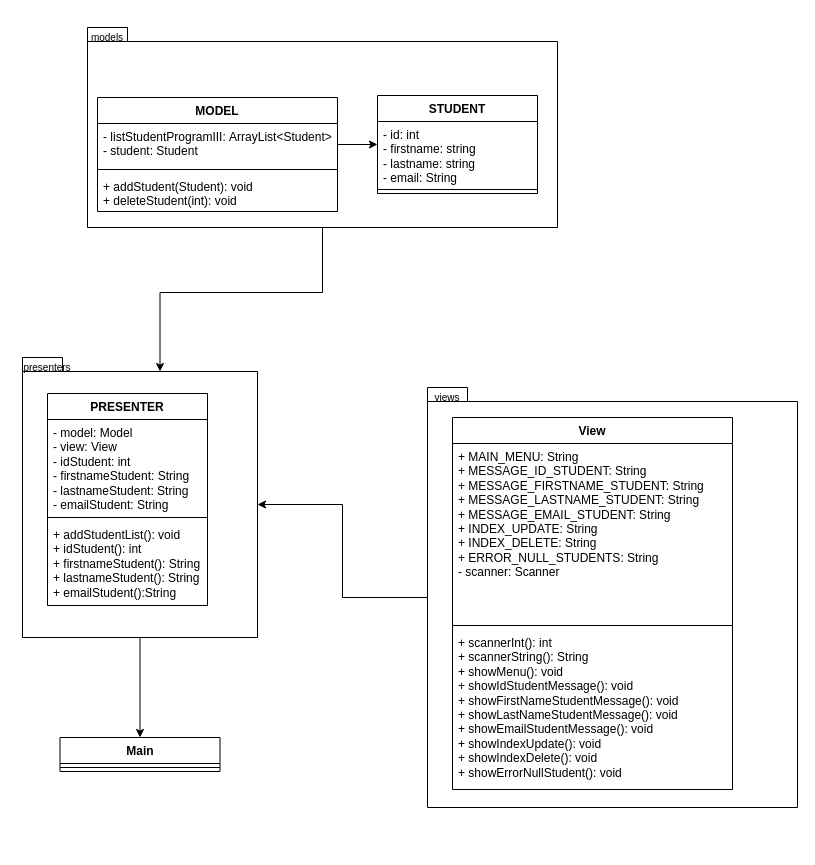
Earlier version of the draw.io diagram UML/UML.drawio (EstebanBarrero/ListStudents). Source tidied: cells renumbered, new cells numbered last; positions are measured from the earlier drawing's top-left corner, leaving out a move shared by most shapes. Both pictures are drawn from the tidied source at 100%, with x=0, y=0 at pixel (17, 17).
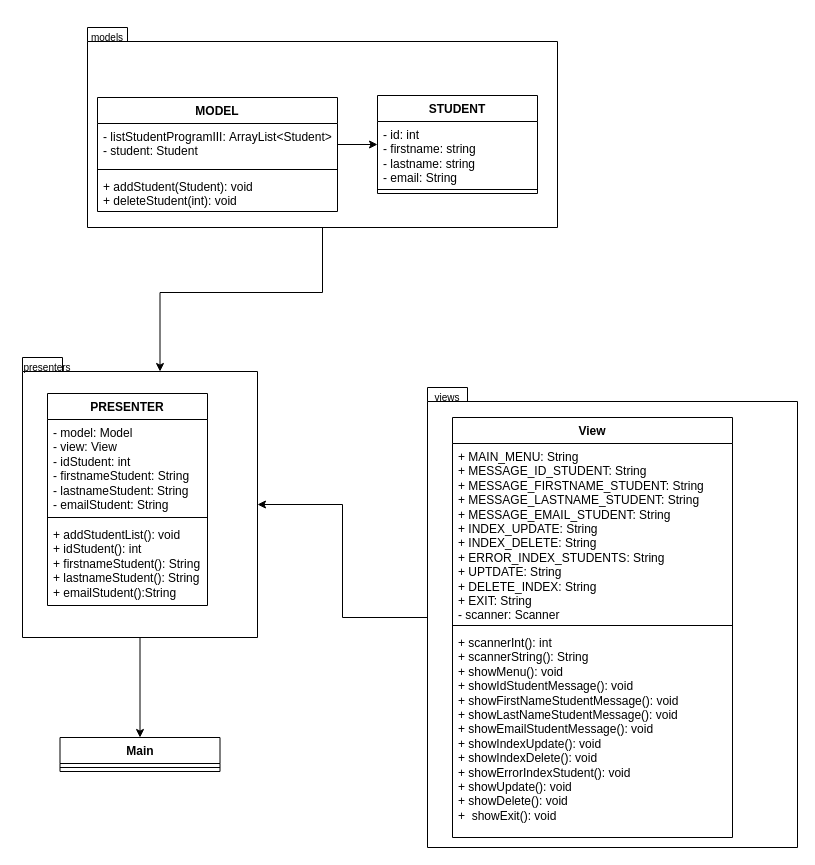
The same diagram, later.

Commit message (it also covers changes not shown here):
Uml correction and add methods

The edit, as a diff of the source:
```diff
@@
     <mxCell id="20" style="shape=folder;fontStyle=1;spacingTop=10;tabWidth=40;tabHeight=14;tabPosition=left;html=1;whiteSpace=wrap;" parent="1" vertex="1">
-      <mxGeometry x="410" y="370" width="370" height="420" as="geometry" />
+      <mxGeometry x="410" y="370" width="370" height="460" as="geometry" />
     </mxCell>
     <mxCell id="21" value="View" style="swimlane;fontStyle=1;align=center;verticalAlign=top;horizontal=1;startSize=26;whiteSpace=wrap;html=1;" parent="1" vertex="1">
-      <mxGeometry x="435" y="400" width="280" height="372" as="geometry" />
+      <mxGeometry x="435" y="400" width="280" height="420" as="geometry" />
     </mxCell>
-    <mxCell id="22" value="+ MAIN_MENU: String&lt;br&gt;+&amp;nbsp;MESSAGE_ID_STUDENT: String&lt;br&gt;+&amp;nbsp;MESSAGE_FIRSTNAME_STUDENT: String&lt;br&gt;+&amp;nbsp;MESSAGE_LASTNAME_STUDENT: String&lt;br&gt;+ MESSAGE_EMAIL_STUDENT: String&lt;br&gt;+&amp;nbsp;INDEX_UPDATE: String&lt;br&gt;+&amp;nbsp;INDEX_DELETE: String&lt;br&gt;+ ERROR_NULL_STUDENTS: String&lt;br&gt;- scanner: Scanner" style="text;strokeColor=none;fillColor=none;align=left;verticalAlign=top;spacingLeft=4;spacingRight=4;overflow=hidden;whiteSpace=wrap;html=1;" parent="21" vertex="1">
+    <mxCell id="22" value="+ MAIN_MENU: String&lt;br&gt;+&amp;nbsp;MESSAGE_ID_STUDENT: String&lt;br&gt;+&amp;nbsp;MESSAGE_FIRSTNAME_STUDENT: String&lt;br&gt;+&amp;nbsp;MESSAGE_LASTNAME_STUDENT: String&lt;br&gt;+ MESSAGE_EMAIL_STUDENT: String&lt;br&gt;+&amp;nbsp;INDEX_UPDATE: String&lt;br&gt;+&amp;nbsp;INDEX_DELETE: String&lt;br&gt;+&amp;nbsp;ERROR_INDEX_STUDENTS&lt;span style=&quot;background-color: initial;&quot;&gt;: String&lt;/span&gt;&lt;br&gt;+ UPTDATE: String&lt;br&gt;+ DELETE_INDEX: String&lt;br&gt;+ EXIT: String&lt;br&gt;- scanner: Scanner" style="text;strokeColor=none;fillColor=none;align=left;verticalAlign=top;spacingLeft=4;spacingRight=4;overflow=hidden;whiteSpace=wrap;html=1;" parent="21" vertex="1">
       <mxGeometry y="26" width="280" height="178" as="geometry" />
     </mxCell>
@@
-    <mxCell id="24" value="+ scannerInt(): int&lt;br&gt;+ scannerString(): String&lt;br&gt;+&amp;nbsp;showMenu(): void&lt;br&gt;+&amp;nbsp;showIdStudentMessage(): void&lt;br&gt;+&amp;nbsp;showFirstNameStudentMessage(): void&lt;br&gt;+&amp;nbsp;showLastNameStudentMessage(): void&lt;br&gt;+&amp;nbsp;showEmailStudentMessage(): void&lt;br&gt;+&amp;nbsp;showIndexUpdate(): void&lt;br&gt;+&amp;nbsp;showIndexDelete(): void&lt;br&gt;+&amp;nbsp;showErrorNullStudent(): void" style="text;strokeColor=none;fillColor=none;align=left;verticalAlign=top;spacingLeft=4;spacingRight=4;overflow=hidden;whiteSpace=wrap;html=1;" parent="21" vertex="1">
-      <mxGeometry y="212" width="280" height="160" as="geometry" />
+    <mxCell id="24" value="+ scannerInt(): int&lt;br&gt;+ scannerString(): String&lt;br&gt;+&amp;nbsp;showMenu(): void&lt;br&gt;+&amp;nbsp;showIdStudentMessage(): void&lt;br&gt;+&amp;nbsp;showFirstNameStudentMessage(): void&lt;br&gt;+&amp;nbsp;showLastNameStudentMessage(): void&lt;br&gt;+&amp;nbsp;showEmailStudentMessage(): void&lt;br&gt;+&amp;nbsp;showIndexUpdate(): void&lt;br&gt;+&amp;nbsp;showIndexDelete(): void&lt;br&gt;+&amp;nbsp;showErrorIndexStudent&lt;span style=&quot;background-color: initial;&quot;&gt;(): void&lt;/span&gt;&lt;br&gt;+&amp;nbsp;showUpdate(): void&lt;br&gt;+&amp;nbsp;showDelete(): void&lt;br&gt;+&amp;nbsp; showExit(): void" style="text;strokeColor=none;fillColor=none;align=left;verticalAlign=top;spacingLeft=4;spacingRight=4;overflow=hidden;whiteSpace=wrap;html=1;" parent="21" vertex="1">
+      <mxGeometry y="212" width="280" height="208" as="geometry" />
     </mxCell>
```
